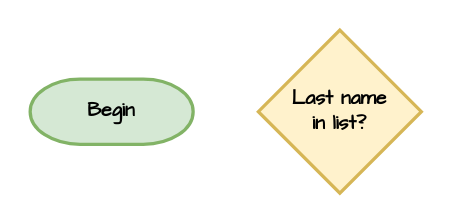
The draw.io diagram page "flowchart_symbol_2" (3 of 21) of flowcharts.drawio in DamoM73/turtle_vid_tute, before the edit. Source tidied: cells renumbered, new cells numbered last; positions are measured from the earlier drawing's top-left corner, leaving out a move shared by most shapes. Both pictures are drawn from the tidied source at 163%, with x=0, y=0 at pixel (29, 29).
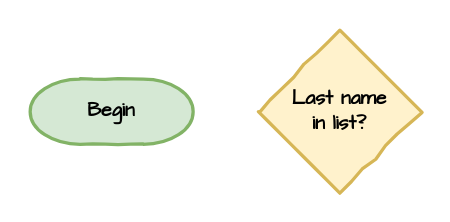
Above is the later version.

Change to the diagram source:
```diff
@@
 <mxGraphModel>
   <root>
     <mxCell id="0" />
     <mxCell id="1" parent="0" />
-    <mxCell id="2" value="Begin" style="strokeWidth=2;html=1;shape=mxgraph.flowchart.terminator;whiteSpace=wrap;fillColor=#d5e8d4;strokeColor=#82b366;fontFamily=Comic Sans MS;fontStyle=1;" parent="1" vertex="1">
+    <mxCell id="2" value="Begin" style="strokeWidth=2;html=1;shape=mxgraph.flowchart.terminator;whiteSpace=wrap;fillColor=#d5e8d4;strokeColor=#82b366;fontFamily=Comic Sans MS;fontStyle=1;sketch=1;sketchStyle=comic;" parent="1" vertex="1">
       <mxGeometry y="30" width="100" height="40" as="geometry" />
     </mxCell>
-    <mxCell id="3" value="Last name &lt;br&gt;in list?" style="strokeWidth=2;html=1;shape=mxgraph.flowchart.decision;whiteSpace=wrap;fillColor=#fff2cc;strokeColor=#d6b656;fontFamily=Comic Sans MS;fontStyle=1;" parent="1" vertex="1">
+    <mxCell id="3" value="Last name &lt;br&gt;in list?" style="strokeWidth=2;html=1;shape=mxgraph.flowchart.decision;whiteSpace=wrap;fillColor=#fff2cc;strokeColor=#d6b656;fontFamily=Comic Sans MS;fontStyle=1;sketch=1;sketchStyle=comic;" parent="1" vertex="1">
       <mxGeometry x="140" width="100" height="100" as="geometry" />
     </mxCell>
   </root>
 </mxGraphModel>
```
